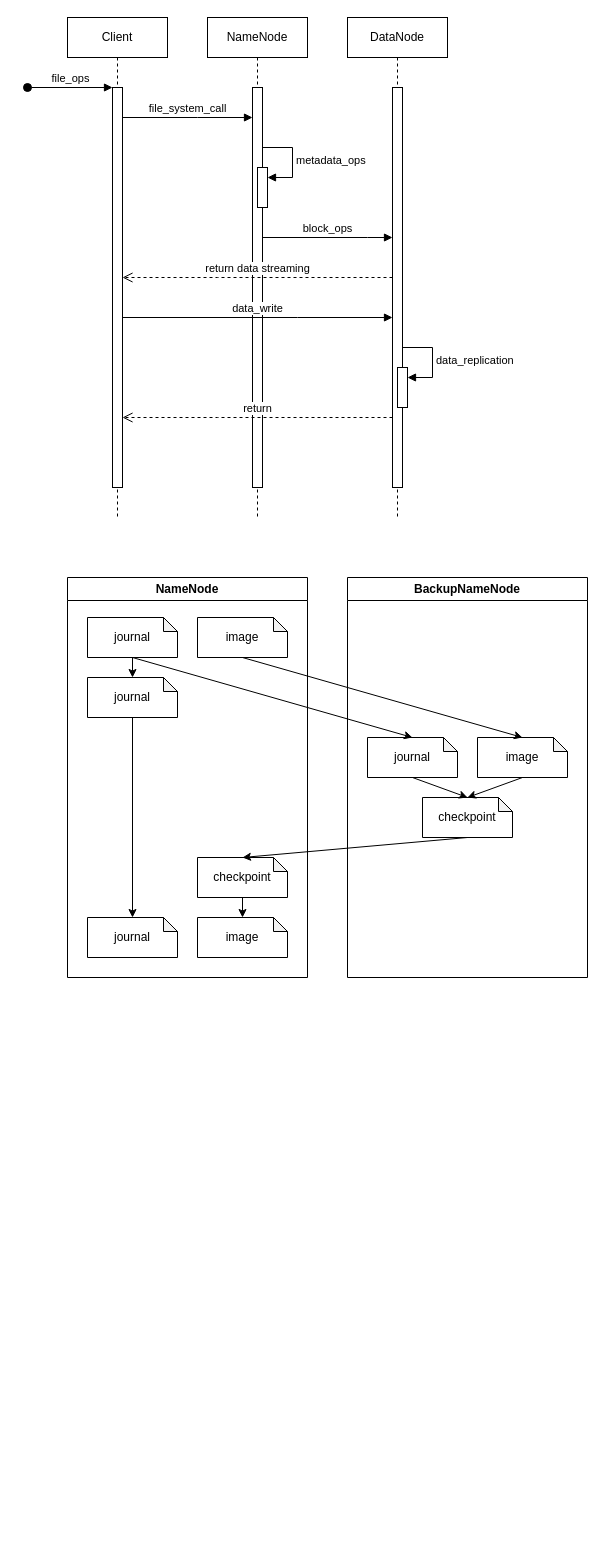
Before: HDFS_file_ops.drawio in OneOverThree/PastryTest, a draw.io diagram. Source tidied: cells renumbered, new cells numbered last; positions are measured from the earlier drawing's top-left corner, leaving out a move shared by most shapes. Both pictures are drawn from the tidied source at 100%, with x=0, y=0 at pixel (27, 17).
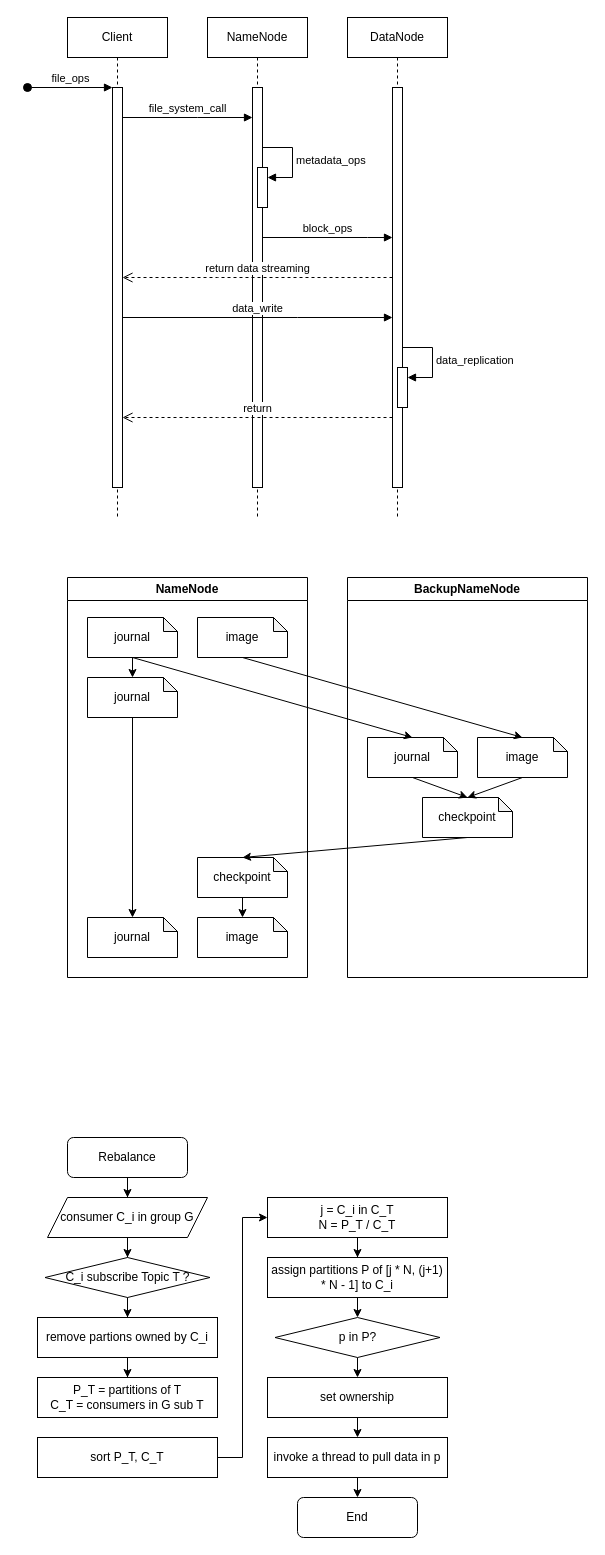
Above is the later version.

Change to the diagram source:
```diff
@@
+    <mxCell id="37" style="edgeStyle=orthogonalEdgeStyle;rounded=0;jettySize=auto;html=1;" parent="1" edge="1" source="38" target="42">
+      <mxGeometry relative="1" as="geometry" />
+    </mxCell>
+    <mxCell id="38" value="Rebalance" style="rounded=1;whiteSpace=wrap;html=1;" parent="1" vertex="1">
+      <mxGeometry x="40" y="1120" width="120" height="40" as="geometry" />
+    </mxCell>
+    <mxCell id="39" style="edgeStyle=orthogonalEdgeStyle;rounded=0;jettySize=auto;html=1;" parent="1" edge="1" source="40" target="45">
+      <mxGeometry relative="1" as="geometry" />
+    </mxCell>
+    <mxCell id="40" value="remove partions owned by C_i" style="rounded=0;whiteSpace=wrap;html=1;" parent="1" vertex="1">
+      <mxGeometry x="10" y="1300" width="180" height="40" as="geometry" />
+    </mxCell>
+    <mxCell id="41" style="edgeStyle=orthogonalEdgeStyle;rounded=0;jettySize=auto;html=1;" parent="1" edge="1" source="42" target="44">
+      <mxGeometry relative="1" as="geometry" />
+    </mxCell>
+    <mxCell id="42" value="consumer C_i in group G" style="shape=parallelogram;perimeter=parallelogramPerimeter;whiteSpace=wrap;html=1;fixedSize=1;" parent="1" vertex="1">
+      <mxGeometry x="20" y="1180" width="160" height="40" as="geometry" />
+    </mxCell>
+    <mxCell id="43" style="edgeStyle=orthogonalEdgeStyle;rounded=0;jettySize=auto;html=1;" parent="1" edge="1" source="44" target="40">
+      <mxGeometry relative="1" as="geometry" />
+    </mxCell>
+    <mxCell id="44" value="C_i subscribe Topic T ?" style="rhombus;whiteSpace=wrap;html=1;" parent="1" vertex="1">
+      <mxGeometry x="17.5" y="1240" width="165" height="40" as="geometry" />
+    </mxCell>
+    <mxCell id="45" value="P_T = partitions of T&lt;br&gt;C_T = consumers in G sub T" style="rounded=0;whiteSpace=wrap;html=1;" parent="1" vertex="1">
+      <mxGeometry x="10" y="1360" width="180" height="40" as="geometry" />
+    </mxCell>
+    <mxCell id="46" style="edgeStyle=orthogonalEdgeStyle;rounded=0;jettySize=auto;html=1;exitX=1;exitY=0.5;exitDx=0;exitDy=0;entryX=0;entryY=0.5;entryDx=0;entryDy=0;" parent="1" edge="1" source="47" target="49">
+      <mxGeometry relative="1" as="geometry" />
+    </mxCell>
+    <mxCell id="47" value="sort P_T, C_T" style="rounded=0;whiteSpace=wrap;html=1;" parent="1" vertex="1">
+      <mxGeometry x="10" y="1420" width="180" height="40" as="geometry" />
+    </mxCell>
+    <mxCell id="48" style="edgeStyle=orthogonalEdgeStyle;rounded=0;jettySize=auto;html=1;exitX=0.5;exitY=1;exitDx=0;exitDy=0;" parent="1" edge="1" source="49" target="51">
+      <mxGeometry relative="1" as="geometry" />
+    </mxCell>
+    <mxCell id="49" value="j = C_i in C_T&lt;br&gt;N = P_T / C_T" style="rounded=0;whiteSpace=wrap;html=1;" parent="1" vertex="1">
+      <mxGeometry x="240" y="1180" width="180" height="40" as="geometry" />
+    </mxCell>
+    <mxCell id="50" style="edgeStyle=orthogonalEdgeStyle;rounded=0;jettySize=auto;html=1;exitX=0.5;exitY=1;exitDx=0;exitDy=0;entryX=0.5;entryY=0;entryDx=0;entryDy=0;" parent="1" edge="1" source="51" target="53">
+      <mxGeometry relative="1" as="geometry" />
+    </mxCell>
+    <mxCell id="51" value="assign partitions P of [j * N, (j+1) * N - 1] to C_i" style="rounded=0;whiteSpace=wrap;html=1;" parent="1" vertex="1">
+      <mxGeometry x="240" y="1240" width="180" height="40" as="geometry" />
+    </mxCell>
+    <mxCell id="52" style="edgeStyle=orthogonalEdgeStyle;rounded=0;jettySize=auto;html=1;exitX=0.5;exitY=1;exitDx=0;exitDy=0;entryX=0.5;entryY=0;entryDx=0;entryDy=0;" parent="1" edge="1" source="53" target="55">
+      <mxGeometry relative="1" as="geometry" />
+    </mxCell>
+    <mxCell id="53" value="p in P?" style="rhombus;whiteSpace=wrap;html=1;" parent="1" vertex="1">
+      <mxGeometry x="247.5" y="1300" width="165" height="40" as="geometry" />
+    </mxCell>
+    <mxCell id="54" style="edgeStyle=orthogonalEdgeStyle;rounded=0;jettySize=auto;html=1;exitX=0.5;exitY=1;exitDx=0;exitDy=0;entryX=0.5;entryY=0;entryDx=0;entryDy=0;" parent="1" edge="1" source="55" target="57">
+      <mxGeometry relative="1" as="geometry" />
+    </mxCell>
+    <mxCell id="55" value="set ownership" style="rounded=0;whiteSpace=wrap;html=1;" parent="1" vertex="1">
+      <mxGeometry x="240" y="1360" width="180" height="40" as="geometry" />
+    </mxCell>
+    <mxCell id="56" style="edgeStyle=orthogonalEdgeStyle;rounded=0;jettySize=auto;html=1;exitX=0.5;exitY=1;exitDx=0;exitDy=0;entryX=0.5;entryY=0;entryDx=0;entryDy=0;" parent="1" edge="1" source="57" target="58">
+      <mxGeometry relative="1" as="geometry" />
+    </mxCell>
+    <mxCell id="57" value="invoke a thread to pull data in p" style="rounded=0;whiteSpace=wrap;html=1;" parent="1" vertex="1">
+      <mxGeometry x="240" y="1420" width="180" height="40" as="geometry" />
+    </mxCell>
+    <mxCell id="58" value="End" style="rounded=1;whiteSpace=wrap;html=1;" parent="1" vertex="1">
+      <mxGeometry x="270" y="1480" width="120" height="40" as="geometry" />
+    </mxCell>
```
